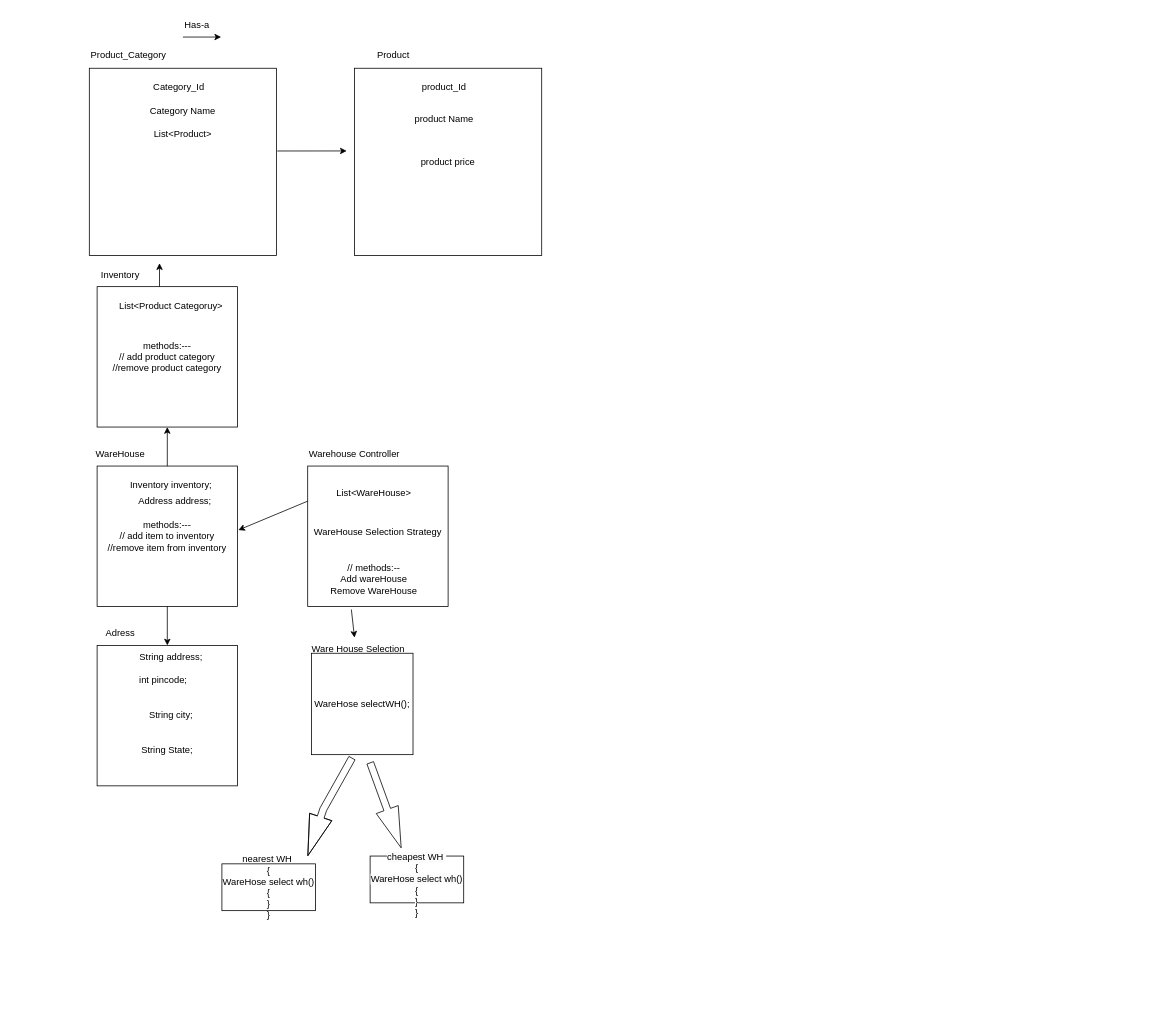
Before: Untitled Diagram.drawio in NM4736/LLD, a draw.io diagram. Source tidied: cells renumbered, new cells numbered last; positions are measured from the earlier drawing's top-left corner, leaving out a move shared by most shapes. Both pictures are drawn from the tidied source at 78%, with x=0, y=0 at pixel (81, 13).
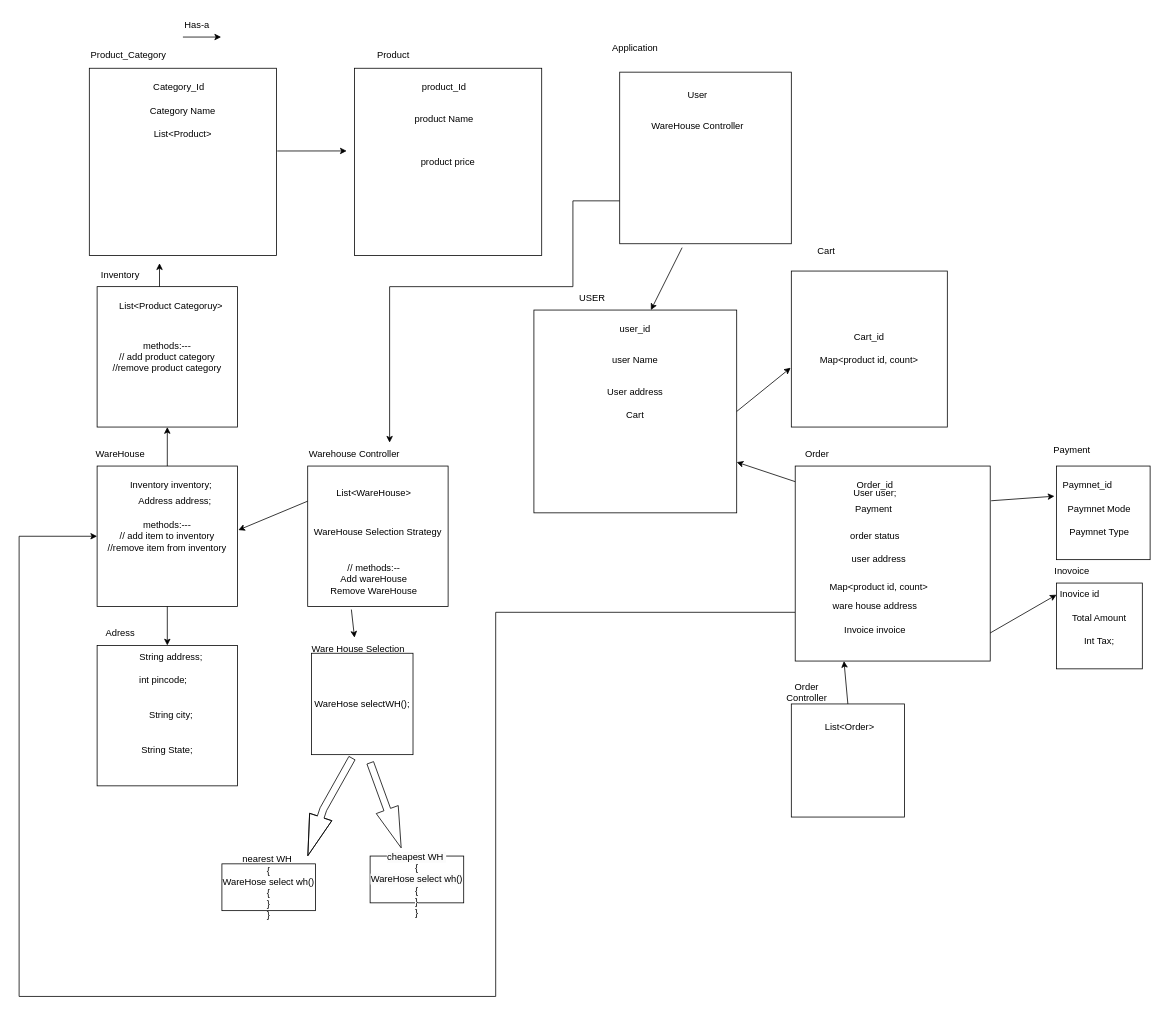
After the change.

Unchanged cells that the change refers to:
```xml
<mxCell id="20" value="methods:---&lt;br&gt;// add item to inventory&lt;br&gt;//remove item from inventory" style="whiteSpace=wrap;html=1;" parent="1" vertex="1">
  <mxGeometry x="20" y="580" width="180" height="180" as="geometry" />
</mxCell>
<mxCell id="33" value="Warehouse Controller" style="text;html=1;strokeColor=none;fillColor=none;align=center;verticalAlign=middle;whiteSpace=wrap;rounded=0;" parent="1" vertex="1">
  <mxGeometry x="260" y="550" width="180" height="30" as="geometry" />
</mxCell>
```

Diff of the diagram source:
```diff
@@
+    <mxCell id="46" style="whiteSpace=wrap;html=1;" parent="1" vertex="1">
+      <mxGeometry x="580" y="380" width="260" height="260" as="geometry" />
+    </mxCell>
+    <mxCell id="47" value="user_id" style="text;html=1;strokeColor=none;fillColor=none;align=center;verticalAlign=middle;whiteSpace=wrap;rounded=0;" parent="1" vertex="1">
+      <mxGeometry x="590" y="390" width="240" height="30" as="geometry" />
+    </mxCell>
+    <mxCell id="48" value="user Name" style="text;html=1;strokeColor=none;fillColor=none;align=center;verticalAlign=middle;whiteSpace=wrap;rounded=0;" parent="1" vertex="1">
+      <mxGeometry x="590" y="430" width="240" height="30" as="geometry" />
+    </mxCell>
+    <mxCell id="49" value="User address" style="text;html=1;strokeColor=none;fillColor=none;align=center;verticalAlign=middle;whiteSpace=wrap;rounded=0;" parent="1" vertex="1">
+      <mxGeometry x="590" y="470" width="240" height="30" as="geometry" />
+    </mxCell>
+    <mxCell id="50" value="Cart" style="text;html=1;strokeColor=none;fillColor=none;align=center;verticalAlign=middle;whiteSpace=wrap;rounded=0;" parent="1" vertex="1">
+      <mxGeometry x="590" y="500" width="240" height="30" as="geometry" />
+    </mxCell>
+    <mxCell id="51" value="USER" style="text;html=1;strokeColor=none;fillColor=none;align=center;verticalAlign=middle;whiteSpace=wrap;rounded=0;" parent="1" vertex="1">
+      <mxGeometry x="580" y="350" width="150" height="30" as="geometry" />
+    </mxCell>
+    <mxCell id="52" style="whiteSpace=wrap;html=1;" parent="1" vertex="1">
+      <mxGeometry x="910" y="330" width="200" height="200" as="geometry" />
+    </mxCell>
+    <mxCell id="53" value="Cart_id" style="text;html=1;strokeColor=none;fillColor=none;align=center;verticalAlign=middle;whiteSpace=wrap;rounded=0;" parent="1" vertex="1">
+      <mxGeometry x="900" y="400" width="220" height="30" as="geometry" />
+    </mxCell>
+    <mxCell id="54" value="Map&amp;lt;product id, count&amp;gt;" style="text;html=1;strokeColor=none;fillColor=none;align=center;verticalAlign=middle;whiteSpace=wrap;rounded=0;" parent="1" vertex="1">
+      <mxGeometry x="900" y="430" width="220" height="30" as="geometry" />
+    </mxCell>
+    <mxCell id="55" style="endArrow=classic;html=1;rounded=0;entryX=-0.004;entryY=0.62;entryDx=0;entryDy=0;entryPerimeter=0;exitX=1;exitY=0.5;exitDx=0;exitDy=0;" parent="1" edge="1" source="46" target="52">
+      <mxGeometry relative="1" as="geometry" />
+    </mxCell>
+    <mxCell id="56" value="Cart" style="text;html=1;strokeColor=none;fillColor=none;align=center;verticalAlign=middle;whiteSpace=wrap;rounded=0;" parent="1" vertex="1">
+      <mxGeometry x="900" y="280" width="110" height="50" as="geometry" />
+    </mxCell>
+    <mxCell id="57" style="edgeStyle=orthogonalEdgeStyle;rounded=0;jettySize=auto;html=1;exitX=0;exitY=0.75;exitDx=0;exitDy=0;entryX=0;entryY=0.5;entryDx=0;entryDy=0;" parent="1" edge="1" source="58" target="20">
+      <mxGeometry relative="1" as="geometry">
+        <Array as="points">
+          <mxPoint x="531" y="768" />
+          <mxPoint x="531" y="1260" />
+          <mxPoint x="-80" y="1260" />
+          <mxPoint x="-80" y="670" />
+        </Array>
+      </mxGeometry>
+    </mxCell>
+    <mxCell id="58" style="whiteSpace=wrap;html=1;" parent="1" vertex="1">
+      <mxGeometry x="915" y="580" width="250" height="250" as="geometry" />
+    </mxCell>
+    <mxCell id="59" value="Order&amp;nbsp;" style="text;html=1;strokeColor=none;fillColor=none;align=center;verticalAlign=middle;whiteSpace=wrap;rounded=0;" parent="1" vertex="1">
+      <mxGeometry x="915" y="550" width="60" height="30" as="geometry" />
+    </mxCell>
+    <mxCell id="60" value="Order_id" style="text;html=1;strokeColor=none;fillColor=none;align=center;verticalAlign=middle;whiteSpace=wrap;rounded=0;" parent="1" vertex="1">
+      <mxGeometry x="915" y="590" width="205" height="30" as="geometry" />
+    </mxCell>
+    <mxCell id="61" value="Payment&amp;nbsp;" style="text;html=1;strokeColor=none;fillColor=none;align=center;verticalAlign=middle;whiteSpace=wrap;rounded=0;" parent="1" vertex="1">
+      <mxGeometry x="915" y="620" width="205" height="30" as="geometry" />
+    </mxCell>
+    <mxCell id="62" value="order status" style="text;html=1;strokeColor=none;fillColor=none;align=center;verticalAlign=middle;whiteSpace=wrap;rounded=0;" parent="1" vertex="1">
+      <mxGeometry x="915" y="655" width="205" height="30" as="geometry" />
+    </mxCell>
+    <mxCell id="63" value="user address" style="text;html=1;strokeColor=none;fillColor=none;align=center;verticalAlign=middle;whiteSpace=wrap;rounded=0;" parent="1" vertex="1">
+      <mxGeometry x="920" y="685" width="205" height="30" as="geometry" />
+    </mxCell>
+    <mxCell id="64" value="Map&amp;lt;product id, count&amp;gt;" style="text;html=1;strokeColor=none;fillColor=none;align=center;verticalAlign=middle;whiteSpace=wrap;rounded=0;" parent="1" vertex="1">
+      <mxGeometry x="920" y="720" width="205" height="30" as="geometry" />
+    </mxCell>
+    <mxCell id="65" style="endArrow=classic;html=1;rounded=0;entryX=1;entryY=0.75;entryDx=0;entryDy=0;exitX=0;exitY=0;exitDx=0;exitDy=0;" parent="1" edge="1" source="84" target="46">
+      <mxGeometry relative="1" as="geometry" />
+    </mxCell>
+    <mxCell id="66" value="ware house address" style="text;html=1;strokeColor=none;fillColor=none;align=center;verticalAlign=middle;whiteSpace=wrap;rounded=0;" parent="1" vertex="1">
+      <mxGeometry x="925" y="750" width="185" height="20" as="geometry" />
+    </mxCell>
+    <mxCell id="67" value="Invoice invoice" style="text;html=1;strokeColor=none;fillColor=none;align=center;verticalAlign=middle;whiteSpace=wrap;rounded=0;" parent="1" vertex="1">
+      <mxGeometry x="925" y="780" width="185" height="20" as="geometry" />
+    </mxCell>
+    <mxCell id="68" style="whiteSpace=wrap;html=1;" parent="1" vertex="1">
+      <mxGeometry x="1250" y="580" width="120" height="120" as="geometry" />
+    </mxCell>
+    <mxCell id="69" value="Payment" style="text;html=1;strokeColor=none;fillColor=none;align=center;verticalAlign=middle;whiteSpace=wrap;rounded=0;" parent="1" vertex="1">
+      <mxGeometry x="1240" y="545" width="60" height="30" as="geometry" />
+    </mxCell>
+    <mxCell id="70" value="Paymnet_id" style="text;html=1;strokeColor=none;fillColor=none;align=center;verticalAlign=middle;whiteSpace=wrap;rounded=0;" parent="1" vertex="1">
+      <mxGeometry x="1260" y="590" width="60" height="30" as="geometry" />
+    </mxCell>
+    <mxCell id="71" value="Paymnet Mode" style="text;html=1;strokeColor=none;fillColor=none;align=center;verticalAlign=middle;whiteSpace=wrap;rounded=0;" parent="1" vertex="1">
+      <mxGeometry x="1260" y="620" width="90" height="30" as="geometry" />
+    </mxCell>
+    <mxCell id="72" value="Paymnet Type" style="text;html=1;strokeColor=none;fillColor=none;align=center;verticalAlign=middle;whiteSpace=wrap;rounded=0;" parent="1" vertex="1">
+      <mxGeometry x="1260" y="650" width="90" height="30" as="geometry" />
+    </mxCell>
+    <mxCell id="73" style="endArrow=classic;html=1;rounded=0;entryX=-0.022;entryY=0.322;entryDx=0;entryDy=0;entryPerimeter=0;exitX=1.005;exitY=0.178;exitDx=0;exitDy=0;exitPerimeter=0;" parent="1" edge="1" source="58" target="68">
+      <mxGeometry relative="1" as="geometry" />
+    </mxCell>
+    <mxCell id="74" style="whiteSpace=wrap;html=1;" parent="1" vertex="1">
+      <mxGeometry x="1250" y="730" width="110" height="110" as="geometry" />
+    </mxCell>
+    <mxCell id="75" value="Inovoice" style="text;html=1;strokeColor=none;fillColor=none;align=center;verticalAlign=middle;whiteSpace=wrap;rounded=0;" parent="1" vertex="1">
+      <mxGeometry x="1230" y="700" width="80" height="30" as="geometry" />
+    </mxCell>
+    <mxCell id="76" value="Inovice id" style="text;html=1;strokeColor=none;fillColor=none;align=center;verticalAlign=middle;whiteSpace=wrap;rounded=0;" parent="1" vertex="1">
+      <mxGeometry x="1250" y="730" width="60" height="30" as="geometry" />
+    </mxCell>
+    <mxCell id="77" value="Total Amount" style="text;html=1;strokeColor=none;fillColor=none;align=center;verticalAlign=middle;whiteSpace=wrap;rounded=0;" parent="1" vertex="1">
+      <mxGeometry x="1260" y="760" width="90" height="30" as="geometry" />
+    </mxCell>
+    <mxCell id="78" value="Int Tax;" style="text;html=1;strokeColor=none;fillColor=none;align=center;verticalAlign=middle;whiteSpace=wrap;rounded=0;" parent="1" vertex="1">
+      <mxGeometry x="1260" y="790" width="90" height="30" as="geometry" />
+    </mxCell>
+    <mxCell id="79" style="endArrow=classic;html=1;rounded=0;exitX=1;exitY=0.856;exitDx=0;exitDy=0;exitPerimeter=0;entryX=0;entryY=0.5;entryDx=0;entryDy=0;" parent="1" edge="1" source="58" target="76">
+      <mxGeometry relative="1" as="geometry" />
+    </mxCell>
+    <mxCell id="80" style="whiteSpace=wrap;html=1;" parent="1" vertex="1">
+      <mxGeometry x="910" y="885" width="145" height="145" as="geometry" />
+    </mxCell>
+    <mxCell id="81" value="Order Controller" style="text;html=1;strokeColor=none;fillColor=none;align=center;verticalAlign=middle;whiteSpace=wrap;rounded=0;" parent="1" vertex="1">
+      <mxGeometry x="900" y="855" width="60" height="30" as="geometry" />
+    </mxCell>
+    <mxCell id="82" value="List&amp;lt;Order&amp;gt;" style="text;html=1;strokeColor=none;fillColor=none;align=center;verticalAlign=middle;whiteSpace=wrap;rounded=0;" parent="1" vertex="1">
+      <mxGeometry x="900" y="900" width="170" height="30" as="geometry" />
+    </mxCell>
+    <mxCell id="83" style="endArrow=classic;html=1;rounded=0;exitX=0.5;exitY=0;exitDx=0;exitDy=0;entryX=0.25;entryY=1;entryDx=0;entryDy=0;" parent="1" edge="1" source="80" target="58">
+      <mxGeometry relative="1" as="geometry" />
+    </mxCell>
+    <mxCell id="84" value="User user;" style="text;html=1;strokeColor=none;fillColor=none;align=center;verticalAlign=middle;whiteSpace=wrap;rounded=0;" parent="1" vertex="1">
+      <mxGeometry x="915" y="600" width="205" height="30" as="geometry" />
+    </mxCell>
+    <mxCell id="85" style="edgeStyle=orthogonalEdgeStyle;rounded=0;jettySize=auto;html=1;exitX=0;exitY=0.75;exitDx=0;exitDy=0;entryX=0.75;entryY=0;entryDx=0;entryDy=0;" parent="1" edge="1" source="86" target="33">
+      <mxGeometry relative="1" as="geometry">
+        <Array as="points">
+          <mxPoint x="630" y="240" />
+          <mxPoint x="630" y="350" />
+          <mxPoint x="395" y="350" />
+        </Array>
+      </mxGeometry>
+    </mxCell>
+    <mxCell id="86" style="whiteSpace=wrap;html=1;" parent="1" vertex="1">
+      <mxGeometry x="690" y="75" width="220" height="220" as="geometry" />
+    </mxCell>
+    <mxCell id="87" value="Application" style="text;html=1;strokeColor=none;fillColor=none;align=center;verticalAlign=middle;whiteSpace=wrap;rounded=0;" parent="1" vertex="1">
+      <mxGeometry x="680" y="30" width="60" height="30" as="geometry" />
+    </mxCell>
+    <mxCell id="88" value="User" style="text;html=1;strokeColor=none;fillColor=none;align=center;verticalAlign=middle;whiteSpace=wrap;rounded=0;" parent="1" vertex="1">
+      <mxGeometry x="700" y="90" width="180" height="30" as="geometry" />
+    </mxCell>
+    <mxCell id="89" value="WareHouse Controller" style="text;html=1;strokeColor=none;fillColor=none;align=center;verticalAlign=middle;whiteSpace=wrap;rounded=0;" parent="1" vertex="1">
+      <mxGeometry x="700" y="120" width="180" height="50" as="geometry" />
+    </mxCell>
+    <mxCell id="90" style="endArrow=classic;html=1;rounded=0;entryX=1;entryY=1;entryDx=0;entryDy=0;" parent="1" edge="1" target="51">
+      <mxGeometry relative="1" as="geometry">
+        <mxPoint x="770" y="300" as="sourcePoint" />
+      </mxGeometry>
+    </mxCell>
```
